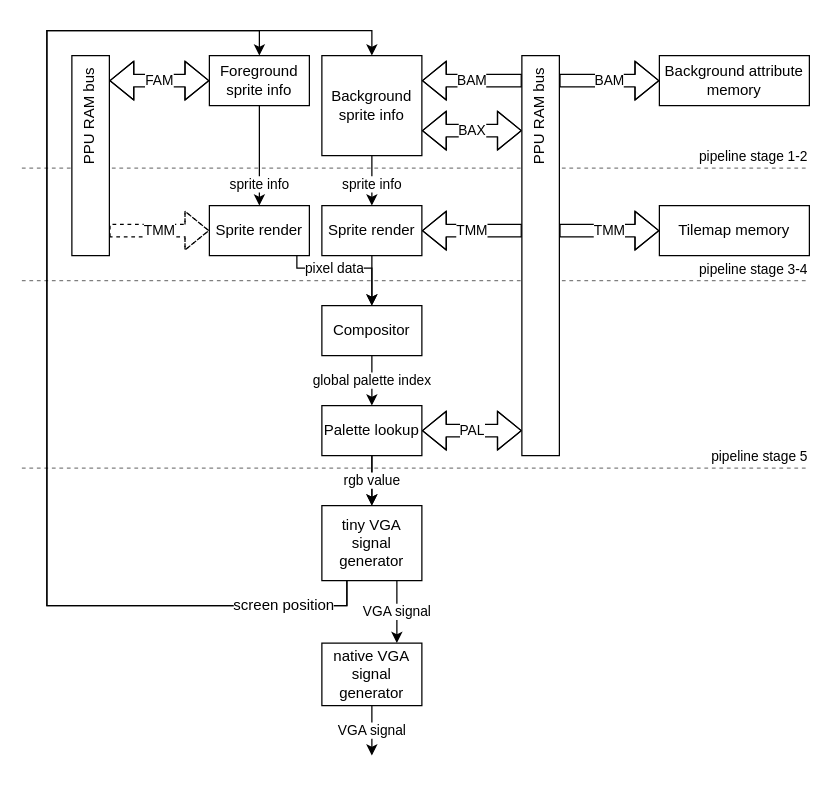
The draw.io diagram page "level-2" (2 of 3) of docs/ppu.drawio in lonkaars/avans-arcade, before the edit. Source tidied: cells renumbered, new cells numbered last; positions are measured from the earlier drawing's top-left corner, leaving out a move shared by most shapes. Both pictures are drawn from the tidied source at 125%, with x=0, y=0 at pixel (21, 30).
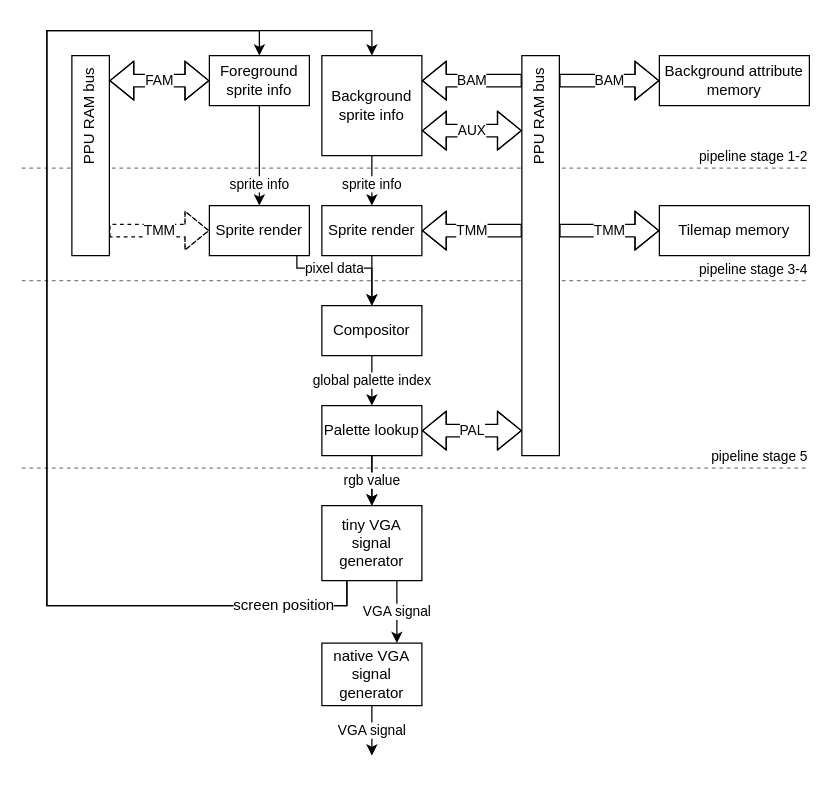
The same diagram, later.

The change refers to these unchanged cells:
```xml
<mxCell id="7" value="Background sprite info" style="rounded=0;whiteSpace=wrap;html=1;" parent="1" vertex="1">
  <mxGeometry x="240" y="20" width="80" height="80" as="geometry" />
</mxCell>
<mxCell id="33" value="PPU RAM bus" style="rounded=0;whiteSpace=wrap;html=1;verticalAlign=top;horizontal=0;direction=west;align=right;spacingTop=0;spacingRight=8;" parent="1" vertex="1">
  <mxGeometry x="400" y="20" width="30" height="320" as="geometry" />
</mxCell>
```

What changed in the source:
```diff
@@
-    <mxCell id="23" value="BAX" style="edgeStyle=orthogonalEdgeStyle;shape=flexArrow;rounded=0;sketch=0;jettySize=auto;html=1;shadow=0;startArrow=block;startFill=0;" parent="1" edge="1" source="7" target="33">
+    <mxCell id="23" value="AUX" style="edgeStyle=orthogonalEdgeStyle;shape=flexArrow;rounded=0;sketch=0;jettySize=auto;html=1;shadow=0;startArrow=block;startFill=0;" parent="1" edge="1" source="7" target="33">
       <mxGeometry relative="1" as="geometry">
         <Array as="points">
           <mxPoint x="360" y="80" />
           <mxPoint x="360" y="80" />
         </Array>
       </mxGeometry>
     </mxCell>
```
